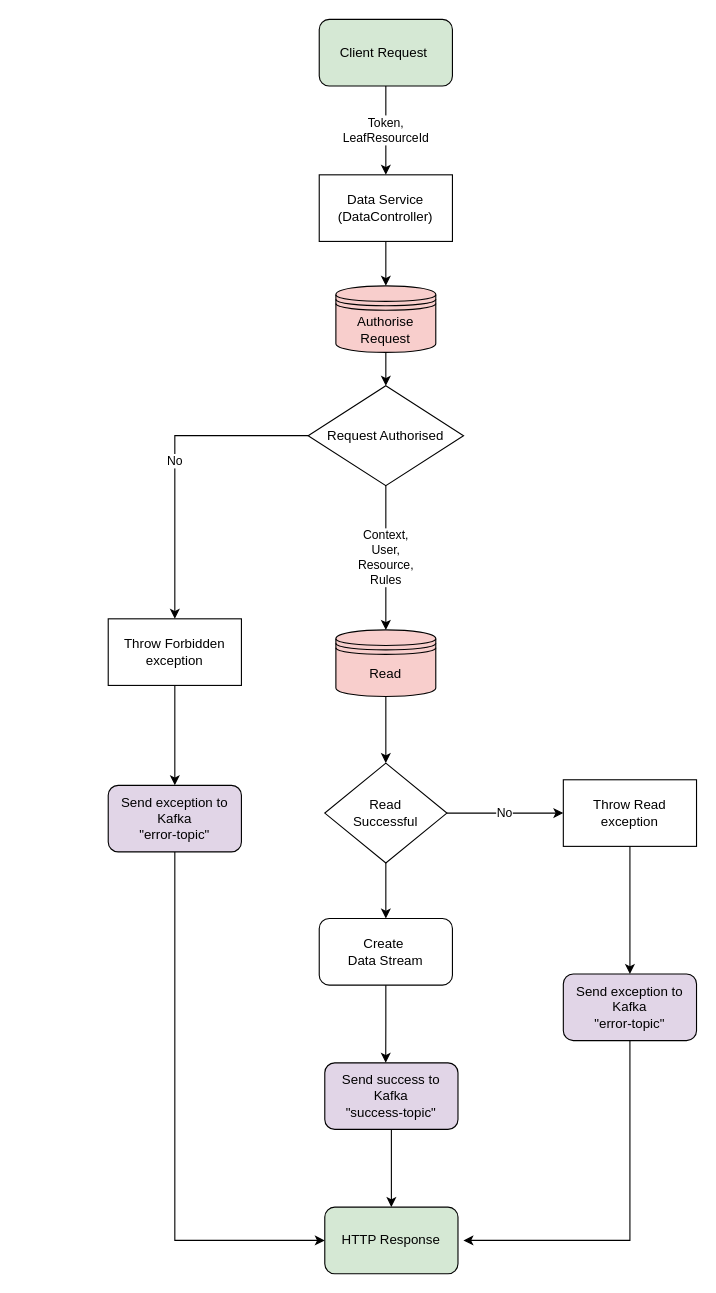
Before: data-service/doc/data-service.drawio in gchq/Palisade-services, a draw.io diagram. Source tidied: cells renumbered, new cells numbered last; positions are measured from the earlier drawing's top-left corner, leaving out a move shared by most shapes. Both pictures are drawn from the tidied source at 111%, with x=0, y=0 at pixel (108, 19).
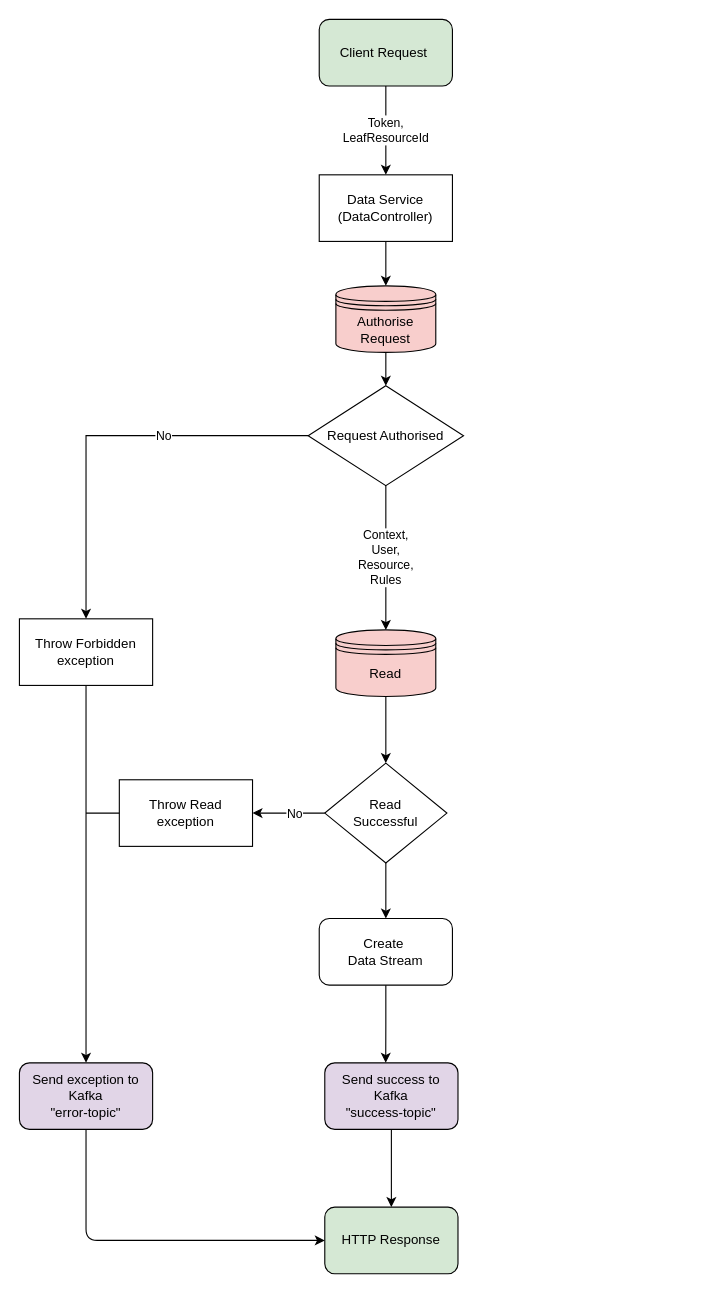
The same page after the edit.

Commit message (it also covers changes not shown here):
PAL-1090 updated multiple readme files and data-service diagrams

The change refers to these unchanged cells:
```xml
<mxCell id="4" value="Request Authorised" style="rhombus;whiteSpace=wrap;html=1;" parent="1" vertex="1">
  <mxGeometry x="180.1" y="330" width="140" height="90" as="geometry" />
</mxCell>
<mxCell id="11" value="&lt;div&gt;HTTP Response&lt;/div&gt;" style="rounded=1;whiteSpace=wrap;html=1;fillColor=#D5E8D4;" parent="1" vertex="1">
  <mxGeometry x="195.1" y="1070" width="120" height="60" as="geometry" />
</mxCell>
<mxCell id="13" value="Read&lt;br&gt;Successful" style="rhombus;whiteSpace=wrap;html=1;" parent="1" vertex="1">
  <mxGeometry x="195.1" y="670" width="110" height="90" as="geometry" />
</mxCell>
```

Change to the diagram source:
```diff
@@
     <mxCell id="3" value="No" style="edgeStyle=orthogonalEdgeStyle;rounded=0;jettySize=auto;html=1;exitX=0;exitY=0.5;exitDx=0;exitDy=0;" parent="1" edge="1" source="4" target="6">
-      <mxGeometry relative="1" as="geometry" />
+      <mxGeometry x="-0.29" relative="1" as="geometry" />
     </mxCell>
@@
     <mxCell id="6" value="Throw Forbidden exception" style="rounded=0;whiteSpace=wrap;html=1;" parent="1" vertex="1">
-      <mxGeometry y="540" width="120" height="60" as="geometry" />
+      <mxGeometry x="-80" y="540" width="120" height="60" as="geometry" />
     </mxCell>
     <mxCell id="7" value="&lt;div&gt;&lt;span&gt;Send exception to Kafka&lt;/span&gt;&lt;/div&gt;&lt;div&gt;&lt;span&gt;&quot;error-topic&quot;&lt;br&gt;&lt;/span&gt;&lt;/div&gt;" style="rounded=1;whiteSpace=wrap;html=1;fillColor=#E1D5E7;" parent="1" vertex="1">
-      <mxGeometry y="690" width="120" height="60" as="geometry" />
+      <mxGeometry x="-80" y="940" width="120" height="60" as="geometry" />
     </mxCell>
@@
-    <mxCell id="10" style="edgeStyle=orthogonalEdgeStyle;rounded=0;jettySize=auto;html=1;exitX=0.5;exitY=1;exitDx=0;exitDy=0;entryX=0;entryY=0.5;entryDx=0;entryDy=0;" parent="1" edge="1" source="7" target="11">
-      <mxGeometry relative="1" as="geometry">
-        <Array as="points">
-          <mxPoint x="60" y="1100" />
-        </Array>
-      </mxGeometry>
-    </mxCell>
@@
     <mxCell id="14" value="Throw Read exception" style="rounded=0;whiteSpace=wrap;html=1;" parent="1" vertex="1">
-      <mxGeometry x="410" y="685" width="120" height="60" as="geometry" />
+      <mxGeometry x="10" y="685" width="120" height="60" as="geometry" />
     </mxCell>
-    <mxCell id="15" value="No" style="edgeStyle=orthogonalEdgeStyle;rounded=0;jettySize=auto;html=1;entryX=0;entryY=0.5;entryDx=0;entryDy=0;exitX=1;exitY=0.5;exitDx=0;exitDy=0;" parent="1" edge="1" source="13" target="14">
-      <mxGeometry relative="1" as="geometry" />
-    </mxCell>
-    <mxCell id="16" value="&lt;div&gt;&lt;span&gt;Send exception to Kafka&lt;/span&gt;&lt;/div&gt;&lt;div&gt;&lt;span&gt;&quot;error-topic&quot;&lt;br&gt;&lt;/span&gt;&lt;/div&gt;" style="rounded=1;whiteSpace=wrap;html=1;fillColor=#E1D5E7;" parent="1" vertex="1">
-      <mxGeometry x="410" y="860" width="120" height="60" as="geometry" />
-    </mxCell>
-    <mxCell id="17" style="edgeStyle=orthogonalEdgeStyle;rounded=0;jettySize=auto;html=1;exitX=0.5;exitY=1;exitDx=0;exitDy=0;" parent="1" edge="1" source="16">
-      <mxGeometry relative="1" as="geometry">
-        <mxPoint x="320" y="1100" as="targetPoint" />
-        <Array as="points">
-          <mxPoint x="470" y="1100" />
-        </Array>
-      </mxGeometry>
-    </mxCell>
-    <mxCell id="18" style="edgeStyle=orthogonalEdgeStyle;rounded=0;jettySize=auto;html=1;exitX=0.5;exitY=1;exitDx=0;exitDy=0;" parent="1" edge="1" source="14">
-      <mxGeometry relative="1" as="geometry">
-        <mxPoint x="470" y="860" as="targetPoint" />
-      </mxGeometry>
-    </mxCell>
@@
+    <mxCell id="29" style="endArrow=classic;html=1;exitX=0;exitY=0.5;exitDx=0;exitDy=0;entryX=1;entryY=0.5;entryDx=0;entryDy=0;" parent="1" edge="1" source="13" target="14">
+      <mxGeometry relative="1" as="geometry" />
+    </mxCell>
+    <mxCell id="15" value="No" style="edgeLabel;html=1;align=center;verticalAlign=middle;" parent="29" vertex="1">
+      <mxGeometry x="-0.52" relative="1" as="geometry">
+        <mxPoint x="-12" as="offset" />
+      </mxGeometry>
+    </mxCell>
+    <mxCell id="10" style="endArrow=classic;html=1;exitX=0.5;exitY=1;exitDx=0;exitDy=0;entryX=0;entryY=0.5;entryDx=0;entryDy=0;" parent="1" edge="1" source="7" target="11">
+      <mxGeometry relative="1" as="geometry">
+        <Array as="points">
+          <mxPoint x="-20" y="1100" />
+        </Array>
+      </mxGeometry>
+    </mxCell>
+    <mxCell id="30" style="endArrow=none;html=1;exitX=0;exitY=0.5;exitDx=0;exitDy=0;" parent="1" edge="1" source="14">
+      <mxGeometry relative="1" as="geometry">
+        <mxPoint x="-20" y="715" as="targetPoint" />
+      </mxGeometry>
+    </mxCell>
```
